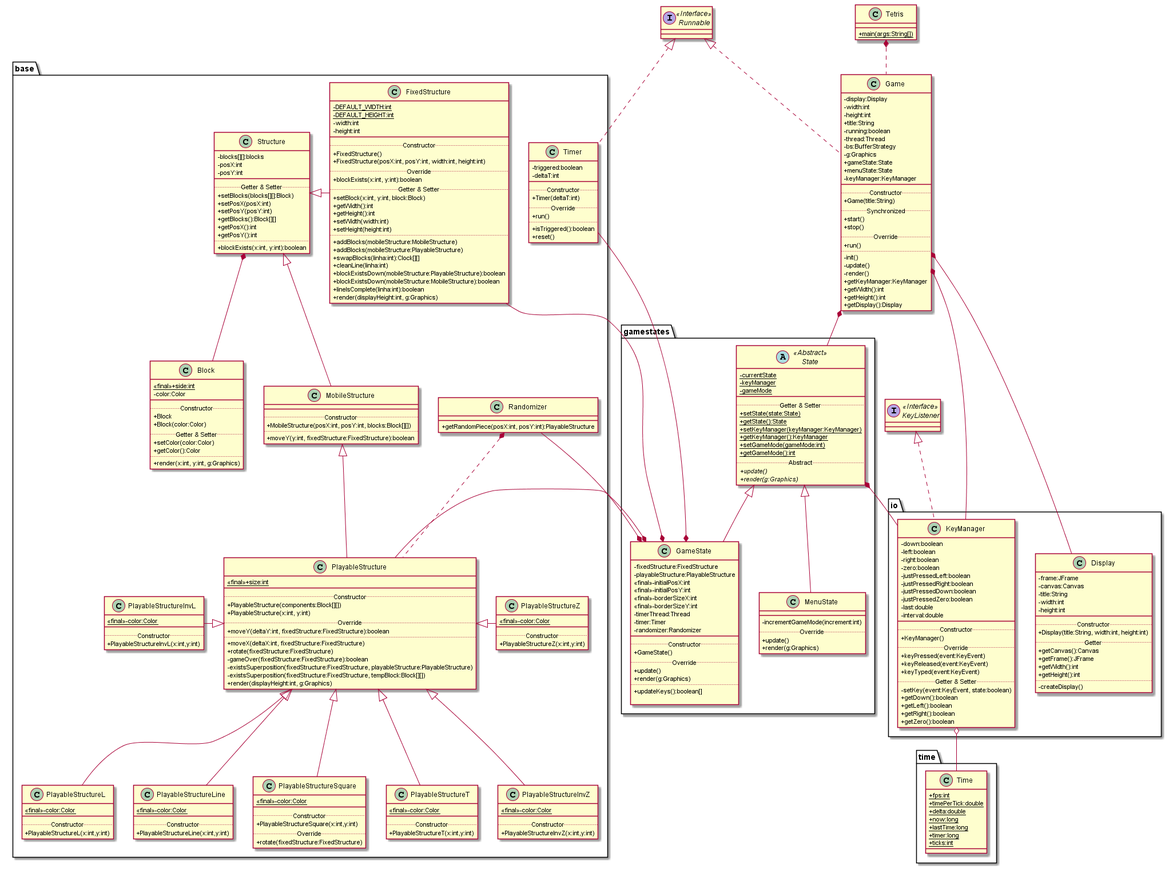
Before: out/Diagram/Diagram.png, a diagram exported from PlantUML (POO-UFABC/tetris). The source it was exported from:
```plantuml
@startuml
skinparam classAttributeIconSize 0

Package base{
  class Block
  class FixedStructure
  class MobileStructure
  class PlayableStructure
  class PlayableStructureInvL
  class PlayableStructureInvZ
  class PlayableStructureL
  class PlayableStructureLine
  class PlayableStructureSquare
  class PlayableStructureT
  class PlayableStructureZ
  class Randomizer
  class Structure
  class Timer
}

Structure	*-- Block
Structure	<|-left- FixedStructure
Structure <|-- MobileStructure
MobileStructure <|-- PlayableStructure
PlayableStructure <|-left- PlayableStructureInvL
PlayableStructure <|-- PlayableStructureL
PlayableStructure <|-- PlayableStructureInvZ
PlayableStructure <|-right- PlayableStructureZ
PlayableStructure <|-- PlayableStructureLine
PlayableStructure <|-- PlayableStructureT
PlayableStructure <|-- PlayableStructureSquare
Runnable <|.down. Timer
Randomizer *.. PlayableStructure

interface Runnable<<Interface>>{

}

Package gamestates{
  class GameState
  class MenuState
  class State
}

State <|-- GameState
State <|-- MenuState
GameState *-- Timer
GameState *-up- FixedStructure
GameState *-left- PlayableStructure
GameState *-up- Randomizer

Package io{
  class Display
  class KeyManager
}

interface KeyListener<<Interface>>{

}

 KeyListener <|.. KeyManager

Package time{
  class Time
}

KeyManager o-- Time
State *-- KeyManager

class Block{
  <<final>>{static}+side:int
  -color:Color
  __
  ..Constructor..
  +Block
  +Block(color:Color)
  ..Getter & Setter..
  +setColor(color:Color)
  +getColor():Color
  ..
  +render(x:int, y:int, g:Graphics)
}

class FixedStructure{
  {static}-DEFAULT_WIDTH:int
  {static}-DEFAULT_HEIGHT:int
  -width:int
  -height:int
  __
  ..Constructor..
  +FixedStructure()
  +FixedStructure(posX:int, posY:int, width:int, height:int)
  ..Override..
  +blockExists(x:int, y:int):boolean
  ..Getter & Setter..
  +setBlock(x:int, y:int, block:Block)
  +getWidth():int
  +getHeight():int
  +setWidth(width:int)
  +setHeight(height:int)
  ..
  +addBlocks(mobileStructure:MobileStructure)
  +addBlocks(mobileStructure:PlayableStructure)
  +swapBlocks(linha:int):Clock[][]
  +cleanLine(linha:int)
  +blockExistsDown(mobileStructure:PlayableStructure):boolean
  +blockExistsDown(mobileStructure:MobileStructure):boolean
  +lineIsComplete(linha:int):boolean
  +render(displayHeight:int, g:Graphics)
}

class MobileStructure{
  __
  ..Constructor..
  +MobileStructure(posX:int, posY:int, blocks:Block[][])
  ..
  +moveY(y:int, fixedStructure:FixedStructure):boolean
}

class PlayableStructure{
  <<final>>{static}+size:int
  __
  ..Constructor..
  +PlayableStructure(components:Block[][])
  +PlayableStructure(x:int, y:int)
  ..Override..
  +moveY(deltaY:int, fixedStructure:FixedStructure):boolean
  ..
  +moveX(deltaX:int, fixedStructure:FixedStructure)
  +rotate(fixedStructure:FixedStructure)
  -gameOver(fixedStructure:FixedStructure):boolean
  -existsSuperposition(fixedStructure:FixedStructure, playableStructure:PlayableStructure)
  -existsSuperposition(fixedStructure:FixedStructure, tempBlock:Block[][])
  +render(displayHeight:int, g:Graphics)
}

class PlayableStructureInvL{
  <<final>>{static}-color:Color
  __
  ..Constructor..
  +PlayableStructureInvL(x:int,y:int)
}

class PlayableStructureInvZ{
  <<final>>{static}-color:Color
  __
  ..Constructor..
  +PlayableStructureInvZ(x:int,y:int)
}

class PlayableStructureL{
  <<final>>{static}-color:Color
  __
  ..Constructor..
  +PlayableStructureL(x:int,y:int)
}

class PlayableStructureLine{
  <<final>>{static}-color:Color
  __
  ..Constructor..
  +PlayableStructureLine(x:int,y:int)
}

class PlayableStructureSquare{
  <<final>>{static}-color:Color
  __
  ..Constructor..
  +PlayableStructureSquare(x:int,y:int)
  ..Override..
  +rotate(fixedStructure:FixedStructure)
}

class PlayableStructureT{
  <<final>>{static}-color:Color
  __
  ..Constructor..
  +PlayableStructureT(x:int,y:int)
}

class PlayableStructureZ{
  <<final>>{static}-color:Color
  __
  ..Constructor..
  +PlayableStructureZ(x:int,y:int)
}

class Randomizer{
  __
  +getRandomPiece(posX:int, posY:int):PlayableStructure
}

class Structure{
  -blocks[][]:blocks
  -posX:int
  -posY:int
  __
  ..Getter & Setter..
  +setBlocks(blocks[][]:Block)
  +setPosX(posX:int)
  +setPosY(posY:int)
  +getBlocks():Block[][]
  +getPosX():int
  +getPosY():int
  ..
  +blockExists(x:int, y:int):boolean
}

class Timer{
  -triggered:boolean
  -deltaT:int
  __
  ..Constructor..
  +Timer(deltaT:int)
  ..Override..
  +run()
  ..
  +isTriggered():boolean
  +reset()
}

class GameState{
  -fixedStructure:FixedStructure
  -playableStructure:PlayableStructure
  <<final>>-initialPosX:int
  <<final>>-initialPosY:int
  <<final>>-borderSizeX:int
  <<final>>-borderSizeY:int
  -timerThread:Thread
  -timer:Timer
  -randomizer:Randomizer
  __
  ..Constructor..
  +GameState()
  ..Override..
  +update()
  +render(g:Graphics)
  ..
  +updateKeys():boolean[]

}

class MenuState{
  __
  -incrementGameMode(increment:int)
  ..Override..
  +update()
  +render(g:Graphics)
}

abstract class State<<Abstract>>{
  {static}-currentState
  {static}-keyManager
  {static}-gameMode
  __
  ..Getter & Setter..
  {static}+setState(state:State)
  {static}+getState():State
  {static}+setKeyManager(keyManager:KeyManager)
  {static}+getKeyManager():KeyManager
  {static}+setGameMode(gameMode:int)
  {static}+getGameMode():int
  ..Abstract..
  {abstract}+update()
  {abstract}+render(g:Graphics)
}

class KeyManager{
  -down:boolean
  -left:boolean
  -right:boolean
  -zero:boolean
  -justPressedLeft:boolean
  -justPressedRight:boolean
  -justPressedDown:boolean
  -justPressedZero:boolean
  -last:double
  -interval:double
  __
  ..Constructor..
  +KeyManager()
  ..Override..
  +keyPressed(event:KeyEvent)
  +keyReleased(event:KeyEvent)
  +keyTyped(event:KeyEvent)
  ..Getter & Setter..
  -setKey(event:KeyEvent, state:boolean)
  +getDown():boolean
  +getLeft():boolean
  +getRight():boolean
  +getZero():boolean
}

class Display{
  -frame:JFrame
  -canvas:Canvas
  -title:String
  -width:int
  -height:int
  __
  ..Constructor..
  +Display(title:String, width:int, height:int)
  ..Getter..
  +getCanvas():Canvas
  +getFrame():JFrame
  +getWidth():int
  +getHeight():int
  ..
  -createDisplay()
}

class Time{
  {static}+fps:int
  {static}+timePerTick:double
  {static}+delta:double
  {static}+now:long
  {static}+lastTime:long
  {static}+timer:long
  {static}+ticks:int
  __
}

Runnable <|.. Game
Game *-- KeyManager
Game *-- Display
Game *-- State
class Game {
  -display:Display
  -width:int
  -height:int
  +title:String
  -running:boolean
  -thread:Thread
  -bs:BufferStrategy
  -g:Graphics
  +gameState:State
  +menuState:State
  -keyManager:KeyManager
  __
  ..Constructor..
  +Game(title:String)
  ..Synchronized..
  +start()
  +stop()
  ..Override..
  +run()
  ..
  -init()
  -update()
  -render()
  +getKeyManager:KeyManager
  +getWidth():int
  +getHeight():int
  +getDisplay():Display
}

Tetris *.. Game

class Tetris {
  __
  {static}+main(args:String[])
}

@enduml
```
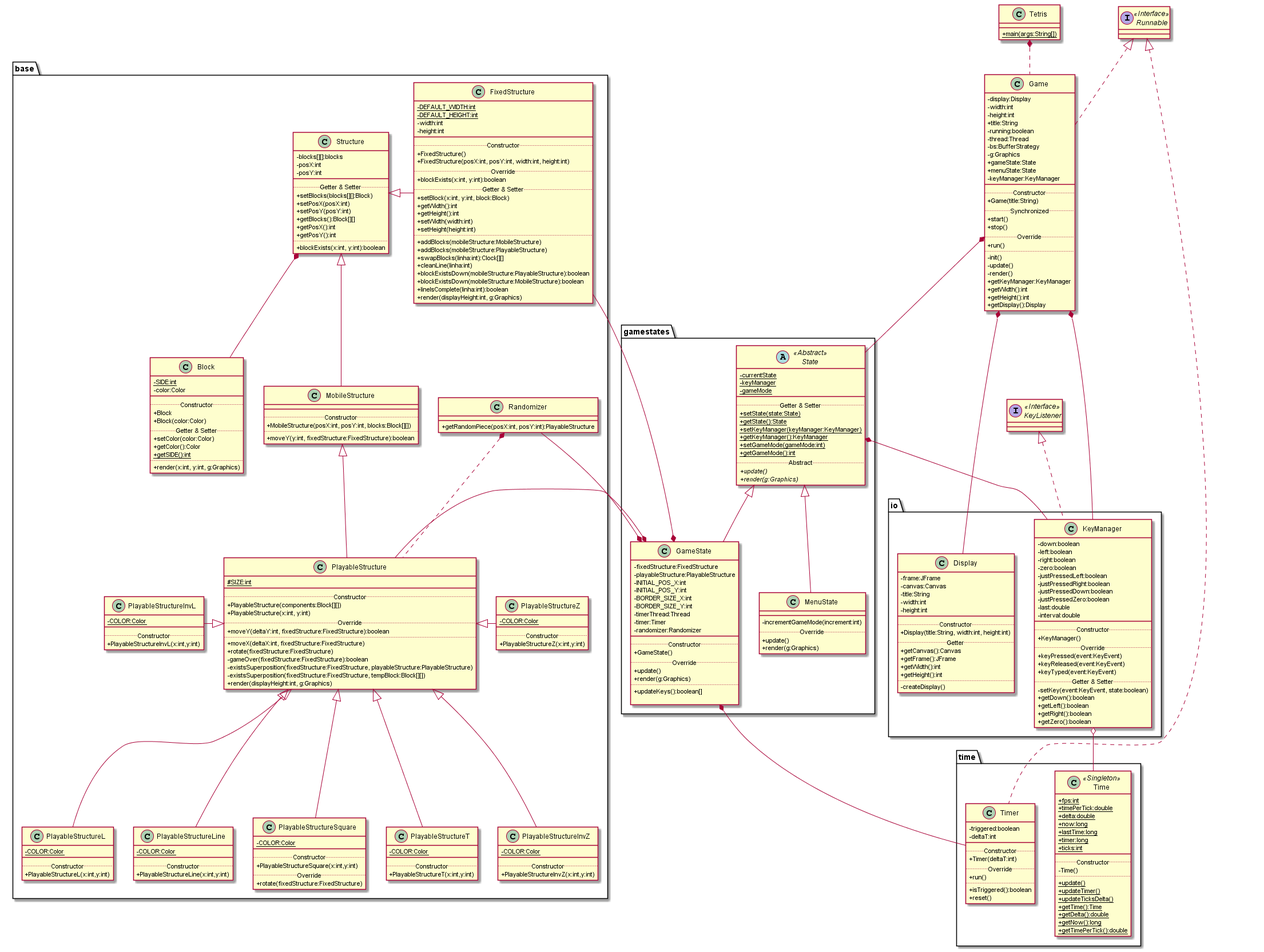
Above is the later version.

What changed in the source:
```diff
@@ -15,7 +15,11 @@
   class PlayableStructureZ
   class Randomizer
   class Structure
+}
+
+Package time{
   class Timer
+  class Time
 }
 
 Structure	*-- Block
@@ -60,15 +64,11 @@
 
  KeyListener <|.. KeyManager
 
-Package time{
-  class Time
-}
-
 KeyManager o-- Time
 State *-- KeyManager
 
 class Block{
-  <<final>>{static}+side:int
+  {static}-SIDE:int
   -color:Color
   __
   ..Constructor..
@@ -77,6 +77,7 @@
   ..Getter & Setter..
   +setColor(color:Color)
   +getColor():Color
+  {static}+getSIDE():int
   ..
   +render(x:int, y:int, g:Graphics)
 }
@@ -118,7 +119,7 @@
 }
 
 class PlayableStructure{
-  <<final>>{static}+size:int
+  {static}#SIZE:int
   __
   ..Constructor..
   +PlayableStructure(components:Block[][])
@@ -135,35 +136,35 @@
 }
 
 class PlayableStructureInvL{
-  <<final>>{static}-color:Color
+  {static}-COLOR:Color
   __
   ..Constructor..
   +PlayableStructureInvL(x:int,y:int)
 }
 
 class PlayableStructureInvZ{
-  <<final>>{static}-color:Color
+  {static}-COLOR:Color
   __
   ..Constructor..
   +PlayableStructureInvZ(x:int,y:int)
 }
 
 class PlayableStructureL{
-  <<final>>{static}-color:Color
+  {static}-COLOR:Color
   __
   ..Constructor..
   +PlayableStructureL(x:int,y:int)
 }
 
 class PlayableStructureLine{
-  <<final>>{static}-color:Color
+  {static}-COLOR:Color
   __
   ..Constructor..
   +PlayableStructureLine(x:int,y:int)
 }
 
 class PlayableStructureSquare{
-  <<final>>{static}-color:Color
+  {static}-COLOR:Color
   __
   ..Constructor..
   +PlayableStructureSquare(x:int,y:int)
@@ -172,14 +173,14 @@
 }
 
 class PlayableStructureT{
-  <<final>>{static}-color:Color
+  {static}-COLOR:Color
   __
   ..Constructor..
   +PlayableStructureT(x:int,y:int)
 }
 
 class PlayableStructureZ{
-  <<final>>{static}-color:Color
+  {static}-COLOR:Color
   __
   ..Constructor..
   +PlayableStructureZ(x:int,y:int)
@@ -222,10 +223,10 @@
 class GameState{
   -fixedStructure:FixedStructure
   -playableStructure:PlayableStructure
-  <<final>>-initialPosX:int
-  <<final>>-initialPosY:int
-  <<final>>-borderSizeX:int
-  <<final>>-borderSizeY:int
+  -INITIAL_POS_X:int
+  -INITIAL_POS_Y:int
+  -BORDER_SIZE_X:int
+  -BORDER_SIZE_Y:int
   -timerThread:Thread
   -timer:Timer
   -randomizer:Randomizer
@@ -309,7 +310,7 @@
   -createDisplay()
 }
 
-class Time{
+class Time<<Singleton>>{
   {static}+fps:int
   {static}+timePerTick:double
   {static}+delta:double
@@ -318,6 +319,16 @@
   {static}+timer:long
   {static}+ticks:int
   __
+  ..Constructor..
+  -Time()
+  ..
+  {static}+update()
+  {static}+updateTimer()
+  {static}+updateTicksDelta()
+  {static}+getTime():Time
+  {static}+getDelta():double
+  {static}+getNow():long
+  {static}+getTimePerTick():double
 }
 
 Runnable <|.. Game
```
